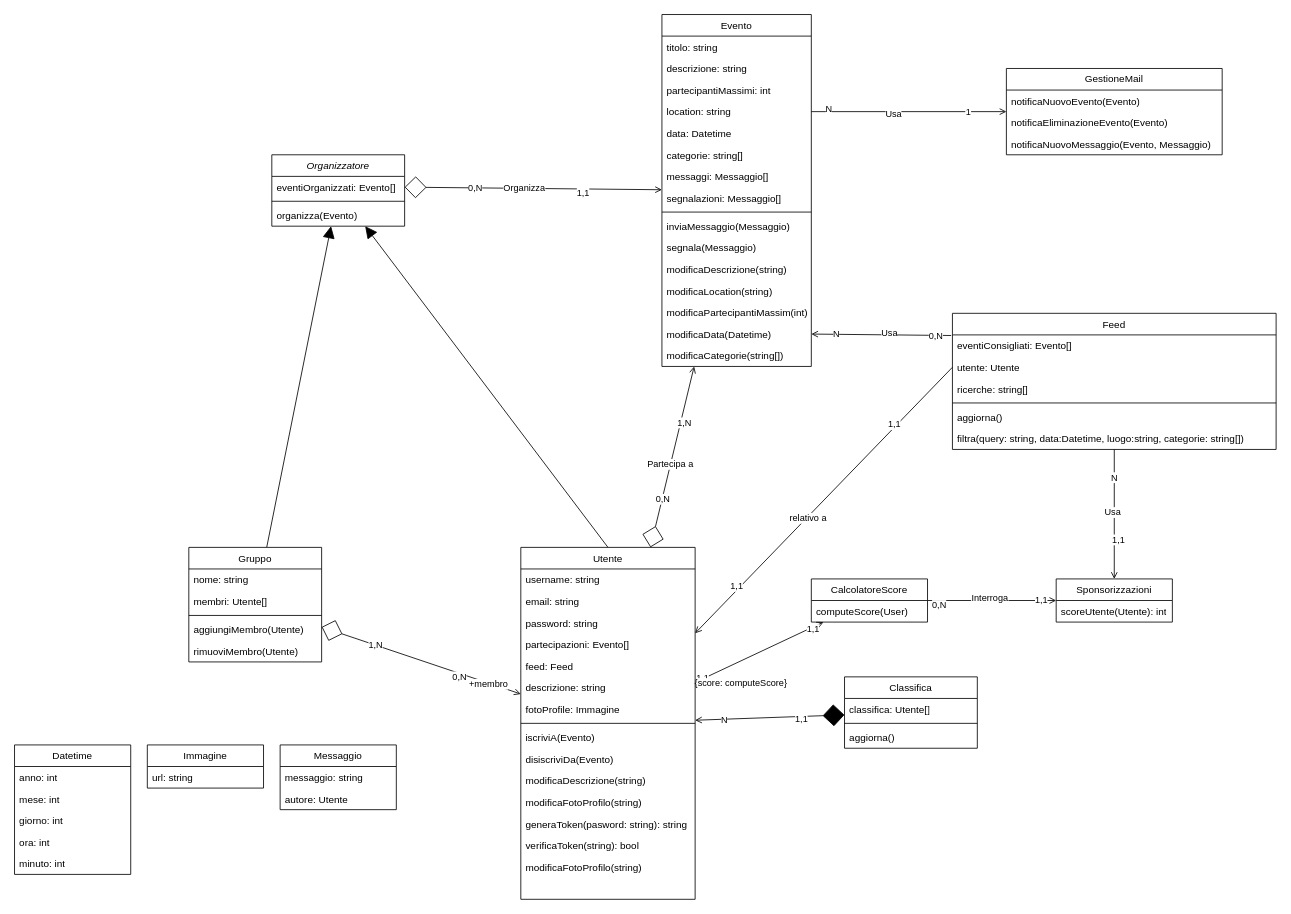
Earlier version of the draw.io diagram docs/class_diagram.drawio (SamueleFacenda/activitn). Source tidied: cells renumbered, new cells numbered last; positions are measured from the earlier drawing's top-left corner, leaving out a move shared by most shapes. Both pictures are drawn from the tidied source at 83%, with x=0, y=0 at pixel (14, 14).
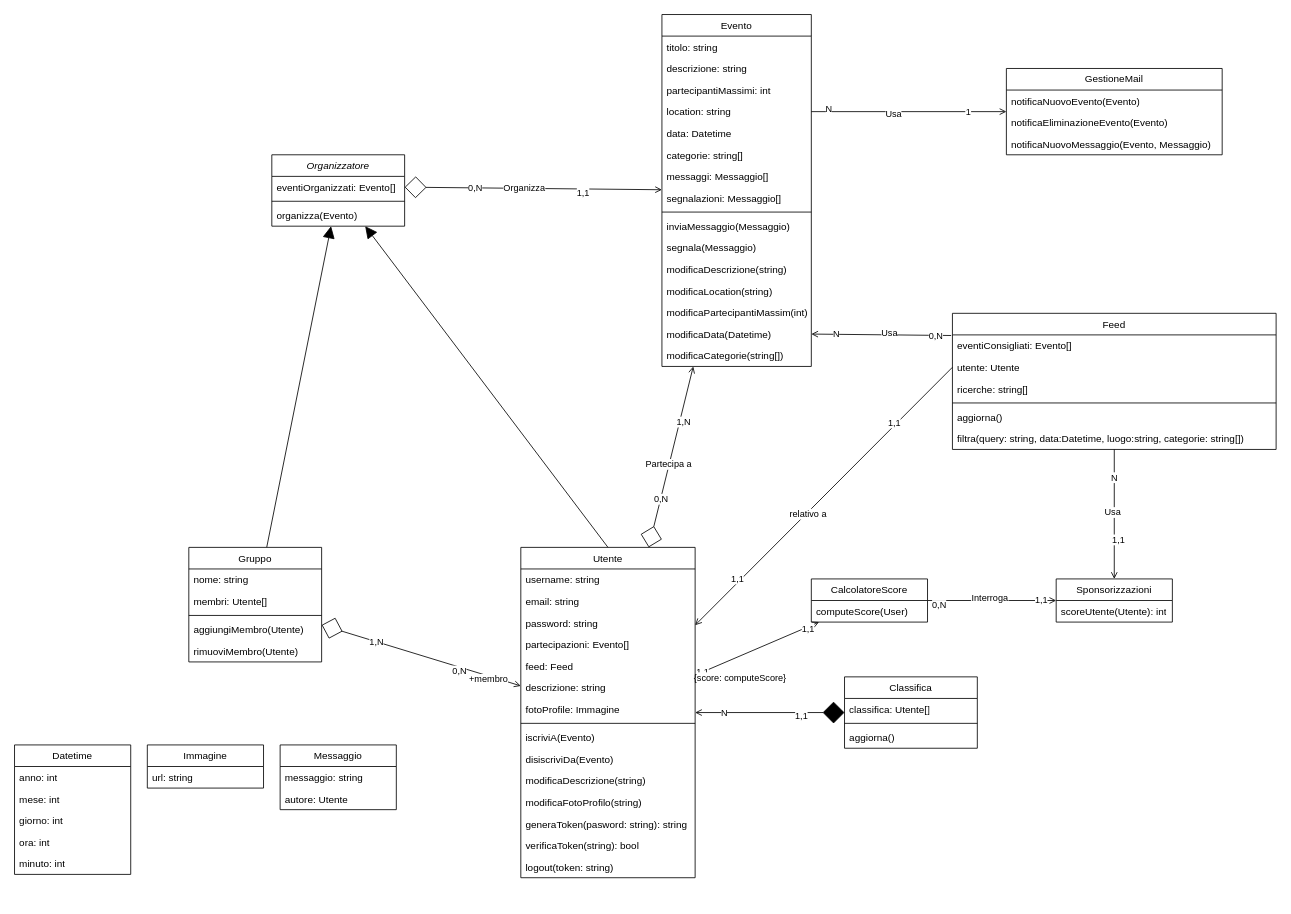
The same page after the edit.

Commit message:
docs: add logout to class diagram

Change to the diagram source:
```diff
@@
     <mxCell id="6" value="Utente" style="swimlane;fontStyle=0;align=center;verticalAlign=top;horizontal=1;startSize=26;rounded=0;shadow=0;strokeWidth=1;" parent="1" vertex="1">
-      <mxGeometry x="610" y="642" width="210" height="424" as="geometry" />
+      <mxGeometry x="610" y="642" width="210" height="398" as="geometry" />
     </mxCell>
@@
-    <mxCell id="21" value="modificaFotoProfilo(string)" style="text;align=left;verticalAlign=top;spacingLeft=4;spacingRight=4;overflow=hidden;" parent="6" vertex="1">
-      <mxGeometry y="372" width="210" height="26" as="geometry" />
-    </mxCell>
+    <mxCell id="116" value="logout(token: string)" style="text;align=left;verticalAlign=top;spacingLeft=4;spacingRight=4;overflow=hidden;" parent="6" vertex="1">
+      <mxGeometry y="372" width="210" height="26" as="geometry" />
+    </mxCell>
```
